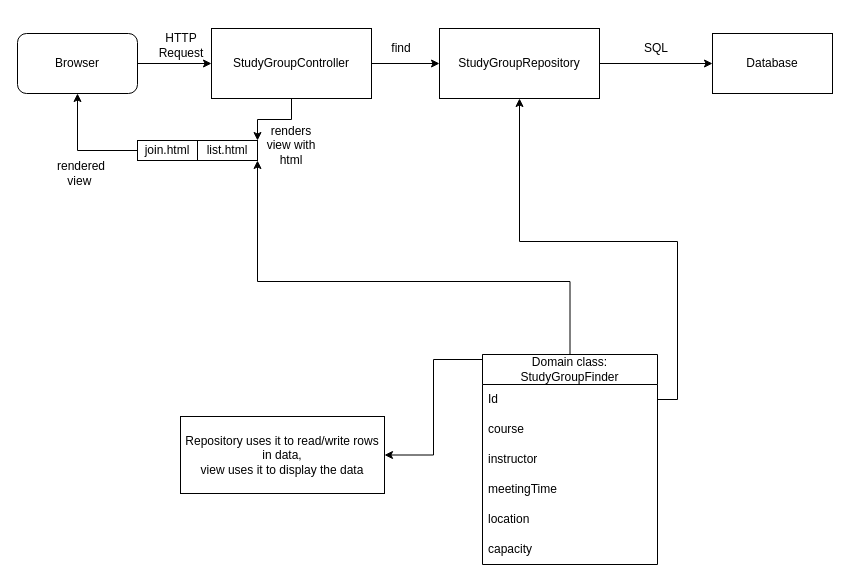
Before: docs/architecture.drawio in Athena-p466/Studygroupfinder, a draw.io diagram. Source tidied: cells renumbered, new cells numbered last; positions are measured from the earlier drawing's top-left corner, leaving out a move shared by most shapes. Both pictures are drawn from the tidied source at 100%, with x=0, y=0 at pixel (17, 23).
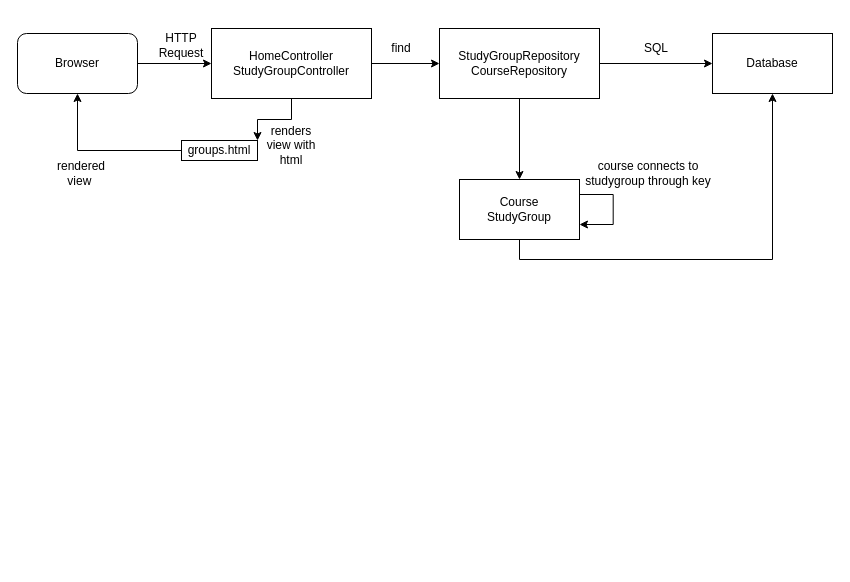
After the change.

Commit message (it also covers changes not shown here):
added spring security

The change refers to these unchanged cells:
```xml
<mxCell id="10" value="Database" style="rounded=0;whiteSpace=wrap;html=1;" parent="1" vertex="1">
  <mxGeometry x="695" y="10" width="120" height="60" as="geometry" />
</mxCell>
<mxCell id="12" value="Browser" style="rounded=1;whiteSpace=wrap;html=1;roundedPerimeter=1;" parent="1" vertex="1">
  <mxGeometry y="10" width="120" height="60" as="geometry" />
</mxCell>
```

The edit, as a diff of the source:
```diff
@@
+    <mxCell id="29" style="rounded=0;whiteSpace=wrap;html=1;" parent="1" vertex="1">
+      <mxGeometry x="442" y="156" width="120" height="60" as="geometry" />
+    </mxCell>
@@
-    <mxCell id="4" value="StudyGroupController" style="rounded=0;whiteSpace=wrap;html=1;" parent="1" vertex="1">
+    <mxCell id="4" value="HomeController&lt;div&gt;StudyGroupController&lt;/div&gt;" style="rounded=0;whiteSpace=wrap;html=1;" parent="1" vertex="1">
       <mxGeometry x="194" y="5" width="160" height="70" as="geometry" />
     </mxCell>
@@
+    <mxCell id="30" style="edgeStyle=orthogonalEdgeStyle;rounded=0;jettySize=auto;html=1;exitX=0.5;exitY=1;exitDx=0;exitDy=0;entryX=0.5;entryY=0;entryDx=0;entryDy=0;" parent="1" edge="1" source="6" target="33">
+      <mxGeometry relative="1" as="geometry" />
+    </mxCell>
-    <mxCell id="6" value="StudyGroupRepository" style="rounded=0;whiteSpace=wrap;html=1;" parent="1" vertex="1">
+    <mxCell id="6" value="StudyGroupRepository&lt;div&gt;CourseRepository&lt;/div&gt;" style="rounded=0;whiteSpace=wrap;html=1;" parent="1" vertex="1">
       <mxGeometry x="422" y="5" width="160" height="70" as="geometry" />
     </mxCell>
-    <mxCell id="7" value="list.html" style="rounded=0;whiteSpace=wrap;html=1;" parent="1" vertex="1">
-      <mxGeometry x="180" y="117" width="60" height="20" as="geometry" />
+    <mxCell id="7" value="groups.html" style="rounded=0;whiteSpace=wrap;html=1;" parent="1" vertex="1">
+      <mxGeometry x="164" y="117" width="76" height="20" as="geometry" />
     </mxCell>
-    <mxCell id="8" style="edgeStyle=orthogonalEdgeStyle;rounded=0;jettySize=auto;html=1;exitX=0;exitY=0.5;exitDx=0;exitDy=0;" parent="1" edge="1" source="9" target="12">
+    <mxCell id="8" style="edgeStyle=orthogonalEdgeStyle;rounded=0;jettySize=auto;html=1;exitX=0;exitY=0.5;exitDx=0;exitDy=0;" parent="1" edge="1" source="7" target="12">
       <mxGeometry relative="1" as="geometry" />
     </mxCell>
-    <mxCell id="9" value="join.html" style="rounded=0;whiteSpace=wrap;html=1;" parent="1" vertex="1">
-      <mxGeometry x="120" y="117" width="60" height="20" as="geometry" />
-    </mxCell>
@@
-    <mxCell id="17" style="edgeStyle=orthogonalEdgeStyle;rounded=0;jettySize=auto;html=1;exitX=0;exitY=0;exitDx=0;exitDy=0;entryX=1;entryY=0.5;entryDx=0;entryDy=0;" parent="1" edge="1" source="19" target="27">
-      <mxGeometry x="0.09" relative="1" as="geometry">
-        <Array as="points">
-          <mxPoint x="465" y="336" />
-          <mxPoint x="416" y="336" />
-          <mxPoint x="416" y="431.5" />
-        </Array>
-      </mxGeometry>
-    </mxCell>
-    <mxCell id="18" style="edgeStyle=orthogonalEdgeStyle;rounded=0;jettySize=auto;html=1;entryX=1;entryY=1;entryDx=0;entryDy=0;" parent="1" edge="1" source="19" target="7">
-      <mxGeometry relative="1" as="geometry">
-        <Array as="points">
-          <mxPoint x="552.5" y="258" />
-          <mxPoint x="240" y="258" />
-        </Array>
-      </mxGeometry>
-    </mxCell>
-    <mxCell id="19" value="Domain class: StudyGroupFinder" style="swimlane;fontStyle=0;horizontal=1;startSize=30;whiteSpace=wrap;html=1;" parent="1" vertex="1">
-      <mxGeometry x="465" y="331" width="175" height="210" as="geometry" />
-    </mxCell>
-    <mxCell id="20" value="Id" style="text;strokeColor=none;fillColor=none;align=left;verticalAlign=middle;spacingLeft=4;spacingRight=4;overflow=hidden;points=[[0,0.5],[1,0.5]];portConstraint=eastwest;whiteSpace=wrap;html=1;" parent="19" vertex="1">
-      <mxGeometry y="30" width="175" height="30" as="geometry" />
-    </mxCell>
-    <mxCell id="21" value="course&lt;span style=&quot;white-space: pre;&quot;&gt;&#9;&lt;/span&gt;" style="text;strokeColor=none;fillColor=none;align=left;verticalAlign=middle;spacingLeft=4;spacingRight=4;overflow=hidden;whiteSpace=wrap;html=1;" parent="19" vertex="1">
-      <mxGeometry y="60" width="175" height="30" as="geometry" />
-    </mxCell>
-    <mxCell id="22" value="instructor" style="text;strokeColor=none;fillColor=none;align=left;verticalAlign=middle;spacingLeft=4;spacingRight=4;overflow=hidden;whiteSpace=wrap;html=1;" parent="19" vertex="1">
-      <mxGeometry y="90" width="175" height="30" as="geometry" />
-    </mxCell>
-    <mxCell id="23" value="meetingTime" style="text;strokeColor=none;fillColor=none;align=left;verticalAlign=middle;spacingLeft=4;spacingRight=4;overflow=hidden;whiteSpace=wrap;html=1;" parent="19" vertex="1">
-      <mxGeometry y="120" width="175" height="30" as="geometry" />
-    </mxCell>
-    <mxCell id="24" value="location" style="text;strokeColor=none;fillColor=none;align=left;verticalAlign=middle;spacingLeft=4;spacingRight=4;overflow=hidden;whiteSpace=wrap;html=1;" parent="19" vertex="1">
-      <mxGeometry y="150" width="175" height="30" as="geometry" />
-    </mxCell>
-    <mxCell id="25" value="capacity" style="text;strokeColor=none;fillColor=none;align=left;verticalAlign=middle;spacingLeft=4;spacingRight=4;overflow=hidden;whiteSpace=wrap;html=1;" parent="19" vertex="1">
-      <mxGeometry y="180" width="175" height="30" as="geometry" />
-    </mxCell>
@@
-    <mxCell id="27" value="Repository uses it to read/write rows in data,&lt;div&gt;view uses it to display the data&lt;/div&gt;" style="whiteSpace=wrap;html=1;" parent="1" vertex="1">
-      <mxGeometry x="163" y="393" width="204" height="77" as="geometry" />
-    </mxCell>
-    <mxCell id="28" style="edgeStyle=orthogonalEdgeStyle;rounded=0;jettySize=auto;html=1;exitX=1;exitY=0.5;exitDx=0;exitDy=0;entryX=0.5;entryY=1;entryDx=0;entryDy=0;" parent="1" edge="1" source="20" target="6">
-      <mxGeometry relative="1" as="geometry" />
-    </mxCell>
+    <mxCell id="31" style="edgeStyle=orthogonalEdgeStyle;rounded=0;jettySize=auto;html=1;exitX=1;exitY=0.25;exitDx=0;exitDy=0;entryX=1;entryY=0.75;entryDx=0;entryDy=0;" parent="1" edge="1" source="33" target="29">
+      <mxGeometry relative="1" as="geometry">
+        <Array as="points">
+          <mxPoint x="595.7" y="171" />
+          <mxPoint x="595.7" y="201" />
+        </Array>
+      </mxGeometry>
+    </mxCell>
+    <mxCell id="32" style="edgeStyle=orthogonalEdgeStyle;rounded=0;jettySize=auto;html=1;exitX=0.5;exitY=1;exitDx=0;exitDy=0;entryX=0.5;entryY=1;entryDx=0;entryDy=0;" parent="1" edge="1" source="33" target="10">
+      <mxGeometry relative="1" as="geometry" />
+    </mxCell>
+    <mxCell id="33" value="Course&lt;div&gt;StudyGroup&lt;/div&gt;" style="rounded=0;whiteSpace=wrap;html=1;" parent="1" vertex="1">
+      <mxGeometry x="442" y="156" width="120" height="60" as="geometry" />
+    </mxCell>
+    <mxCell id="34" value="course connects to studygroup through key" style="text;html=1;whiteSpace=wrap;strokeColor=none;fillColor=none;align=center;verticalAlign=middle;rounded=0;" parent="1" vertex="1">
+      <mxGeometry x="562" y="135" width="138" height="30" as="geometry" />
+    </mxCell>
```
